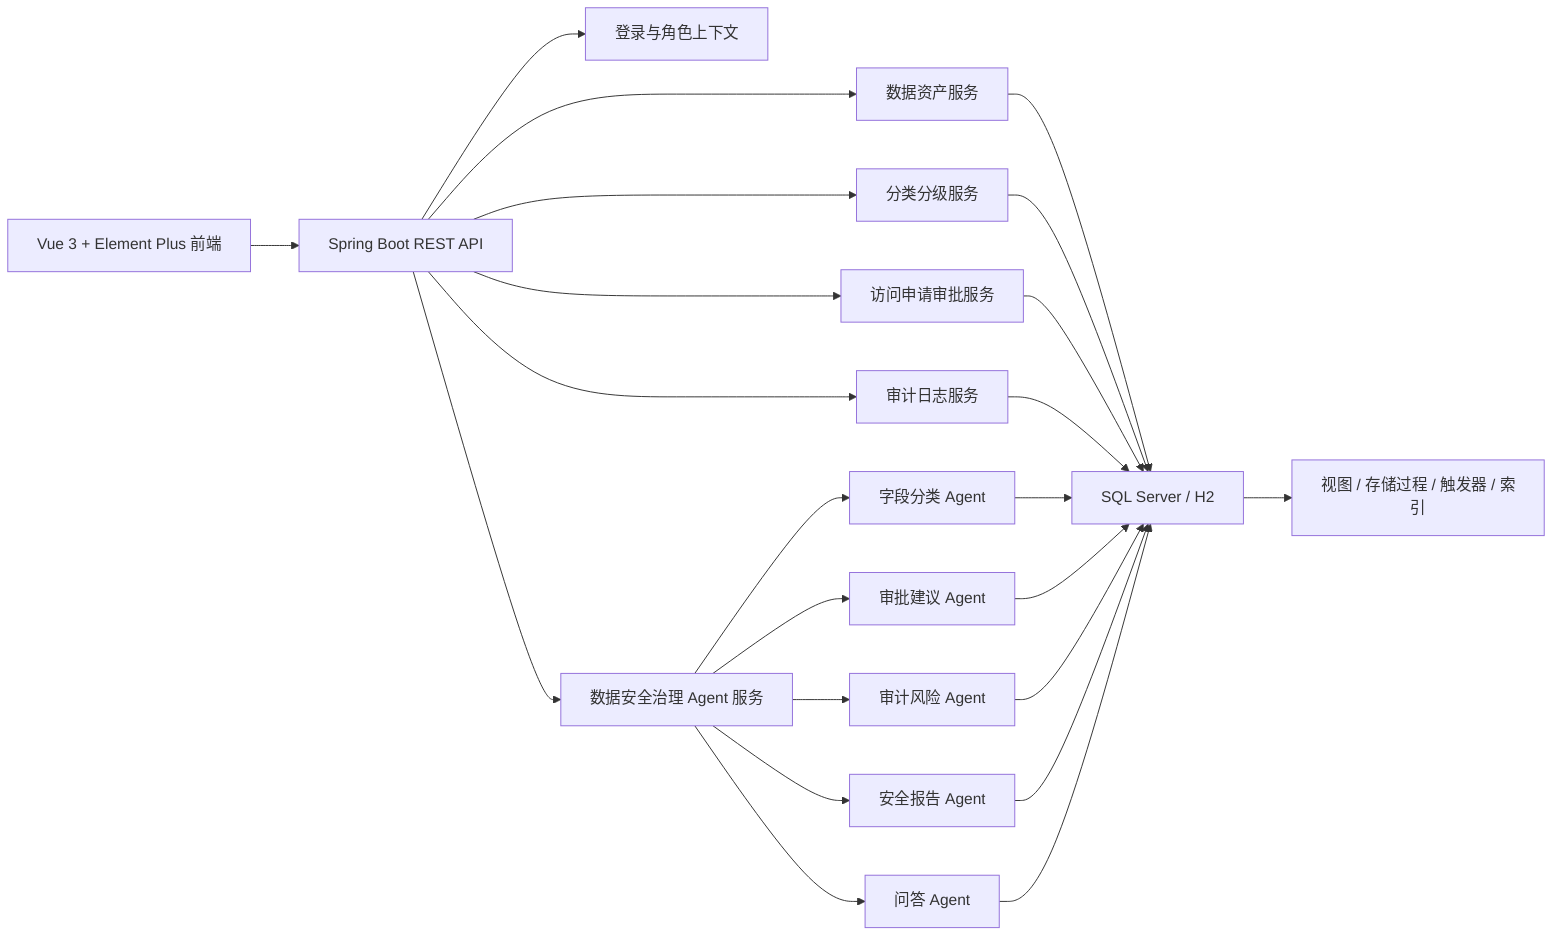
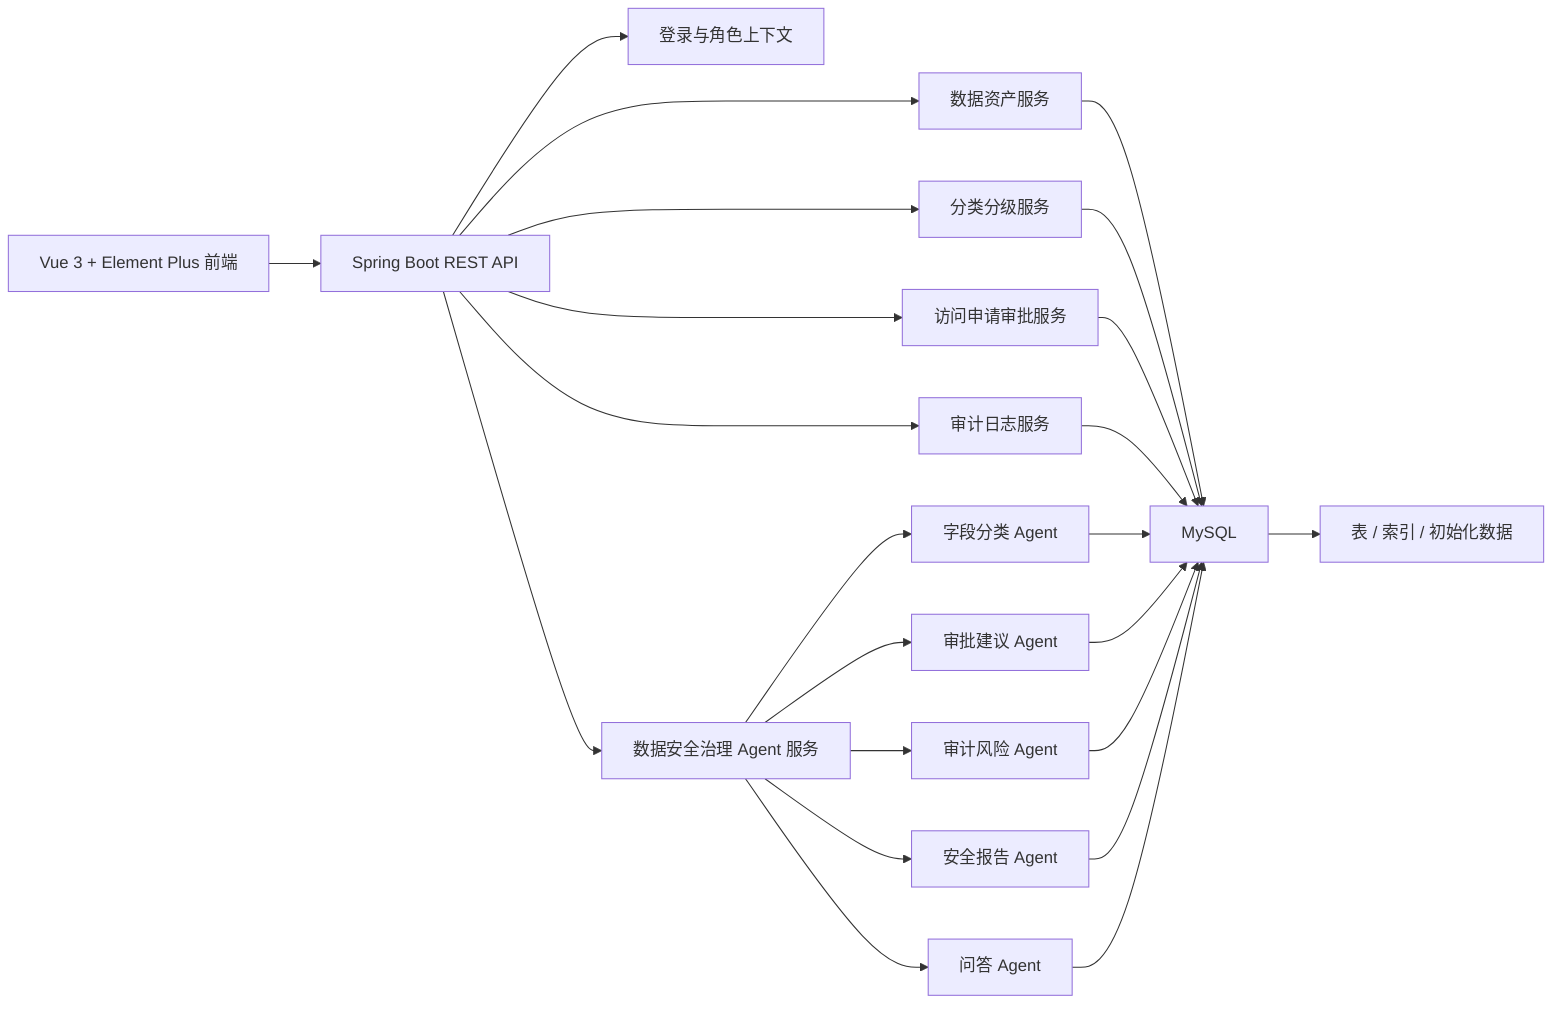
flowchart LR
  Browser["Vue 3 + Element Plus 前端"] --> API["Spring Boot REST API"]
  API --> Auth["登录与角色上下文"]
  API --> Asset["数据资产服务"]
  API --> Classify["分类分级服务"]
  API --> Workflow["访问申请审批服务"]
  API --> Audit["审计日志服务"]
  API --> Agent["数据安全治理 Agent 服务"]
-   Asset --> DB["SQL Server / H2"]
+   Asset --> DB["MySQL"]
  Classify --> DB
  Workflow --> DB
  Audit --> DB
  Agent --> FieldAgent["字段分类 Agent"]
  Agent --> ReviewAgent["审批建议 Agent"]
  Agent --> RiskAgent["审计风险 Agent"]
  Agent --> ReportAgent["安全报告 Agent"]
  Agent --> ChatAgent["问答 Agent"]
  FieldAgent --> DB
  ReviewAgent --> DB
  RiskAgent --> DB
  ReportAgent --> DB
  ChatAgent --> DB
-   DB --> Views["视图 / 存储过程 / 触发器 / 索引"]
+   DB --> Views["表 / 索引 / 初始化数据"]
